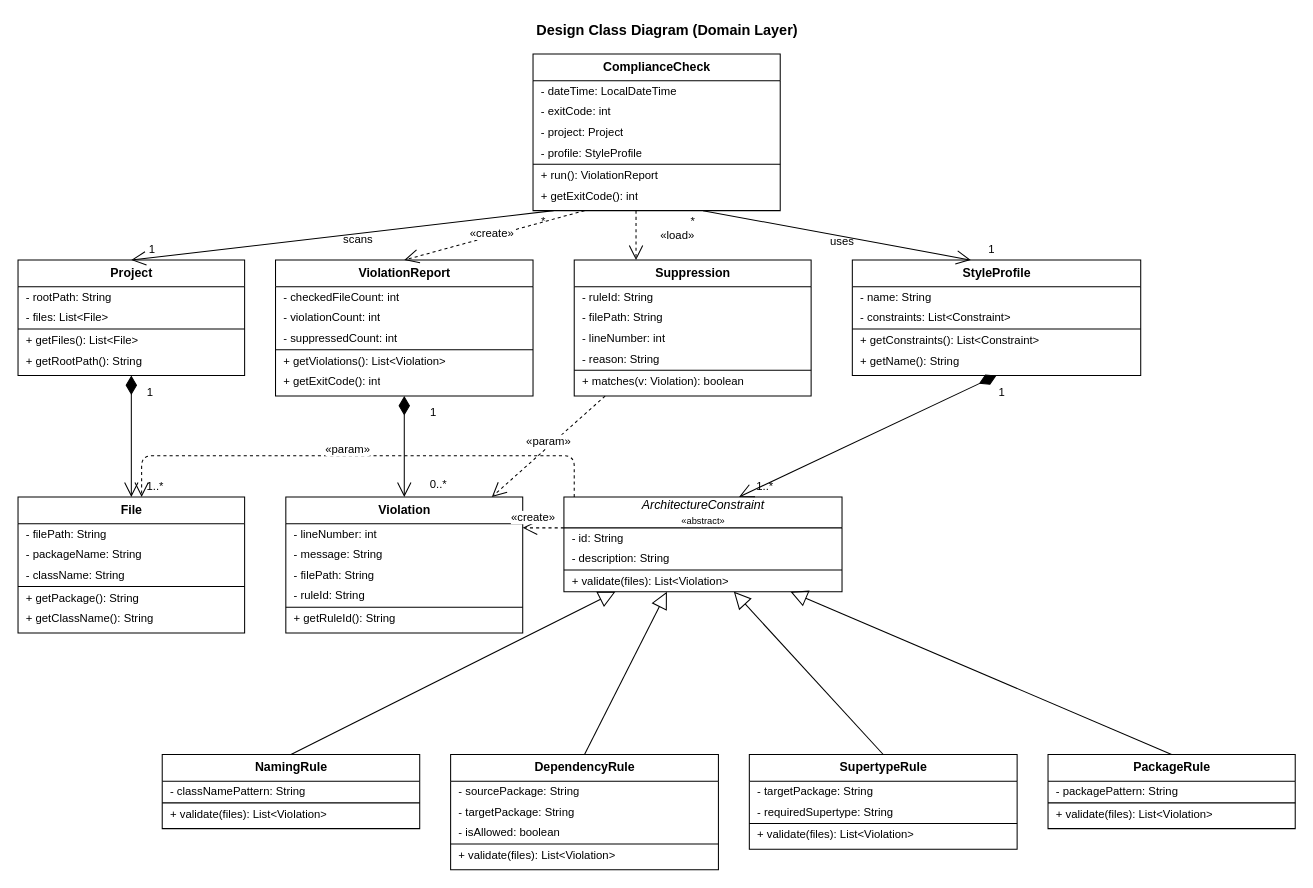
Before: hw/hw4/drawio/3.3-design-class-diagram.drawio in chun-wei0413/arch-checker, a draw.io diagram. Source tidied: cells renumbered, new cells numbered last; positions are measured from the earlier drawing's top-left corner, leaving out a move shared by most shapes. Both pictures are drawn from the tidied source at 103%, with x=0, y=0 at pixel (18, 18).
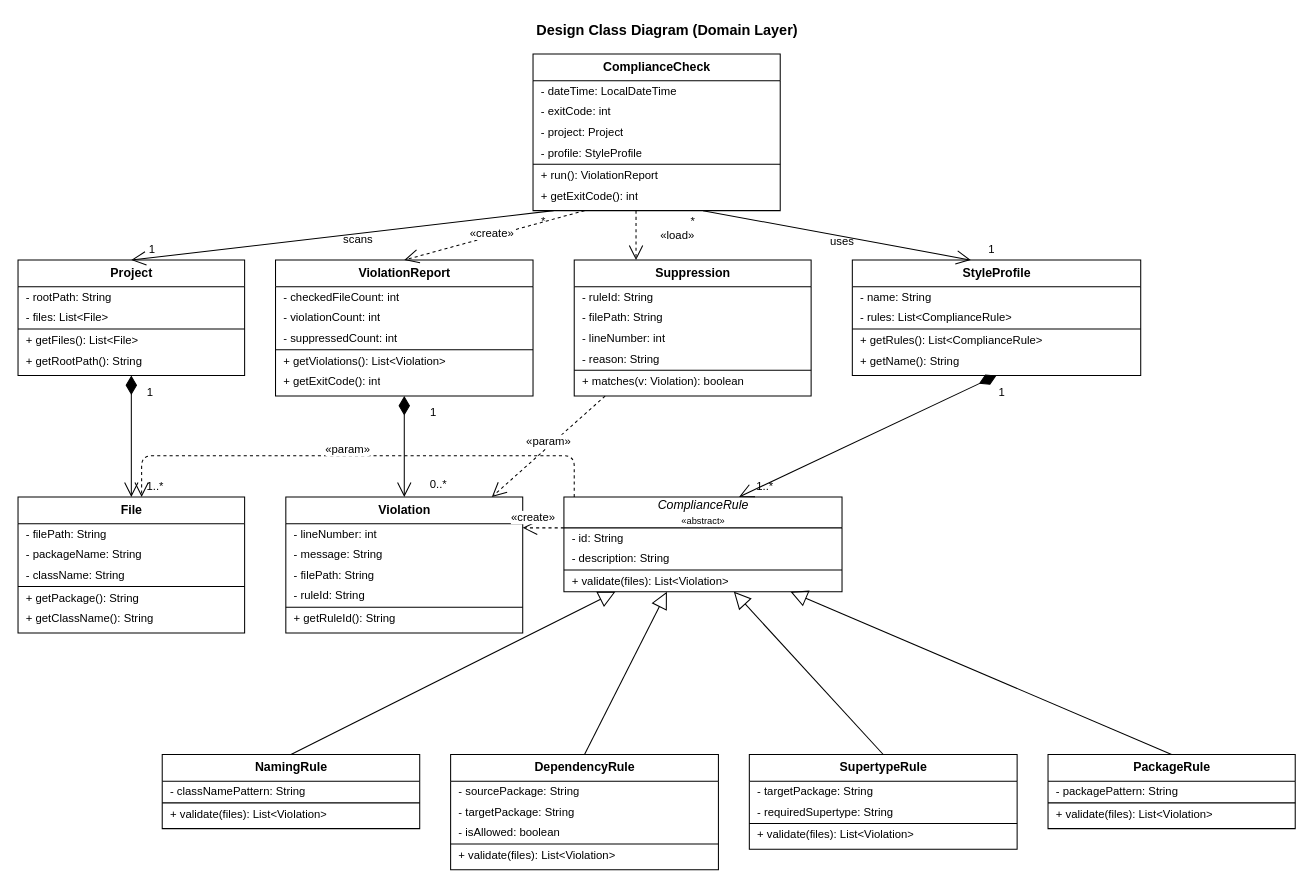
The same page after the edit.

Commit message (it also covers changes not shown here):
[Refactoring] Rename ArchitectureConstraint to ComplianceRule in HW3 / HW4 diagrams

Unchanged cells that the change refers to:
```xml
<mxCell id="31" value="StyleProfile" style="swimlane;fontStyle=1;align=center;startSize=26;rounded=0;shadow=0;strokeWidth=1;swimlaneLine=1;html=1;fillColor=#ffffff;strokeColor=#000000;fontSize=12;" parent="1" vertex="1">
  <mxGeometry x="810" y="235" width="280" height="112" as="geometry" />
</mxCell>
```

What changed in the source:
```diff
@@
-    <mxCell id="33" value="- constraints: List&amp;lt;Constraint&amp;gt;" style="text;strokeColor=none;fillColor=none;align=left;verticalAlign=middle;spacingLeft=6;overflow=hidden;html=1;fontSize=11;" parent="31" vertex="1">
+    <mxCell id="33" value="- rules: List&amp;lt;ComplianceRule&amp;gt;" style="text;strokeColor=none;fillColor=none;align=left;verticalAlign=middle;spacingLeft=6;overflow=hidden;html=1;fontSize=11;" parent="31" vertex="1">
       <mxGeometry y="46" width="280" height="20" as="geometry" />
     </mxCell>
@@
-    <mxCell id="35" value="+ getConstraints(): List&amp;lt;Constraint&amp;gt;" style="text;strokeColor=none;fillColor=none;align=left;verticalAlign=middle;spacingLeft=6;overflow=hidden;html=1;fontSize=11;" parent="31" vertex="1">
+    <mxCell id="35" value="+ getRules(): List&amp;lt;ComplianceRule&amp;gt;" style="text;strokeColor=none;fillColor=none;align=left;verticalAlign=middle;spacingLeft=6;overflow=hidden;html=1;fontSize=11;" parent="31" vertex="1">
       <mxGeometry y="68" width="280" height="20" as="geometry" />
     </mxCell>
@@
-    <mxCell id="51" value="&lt;i&gt;ArchitectureConstraint&lt;/i&gt;&lt;br&gt;&lt;font style=&quot;font-size: 9px&quot;&gt;«abstract»&lt;/font&gt;" style="swimlane;fontStyle=0;align=center;startSize=30;rounded=0;shadow=0;strokeWidth=1;swimlaneLine=1;html=1;fillColor=#ffffff;strokeColor=#000000;fontSize=12;" parent="1" vertex="1">
+    <mxCell id="51" value="&lt;i&gt;ComplianceRule&lt;/i&gt;&lt;br&gt;&lt;font style=&quot;font-size: 9px&quot;&gt;«abstract»&lt;/font&gt;" style="swimlane;fontStyle=0;align=center;startSize=30;rounded=0;shadow=0;strokeWidth=1;swimlaneLine=1;html=1;fillColor=#ffffff;strokeColor=#000000;fontSize=12;" parent="1" vertex="1">
       <mxGeometry x="530" y="465" width="270" height="92" as="geometry" />
     </mxCell>
```
